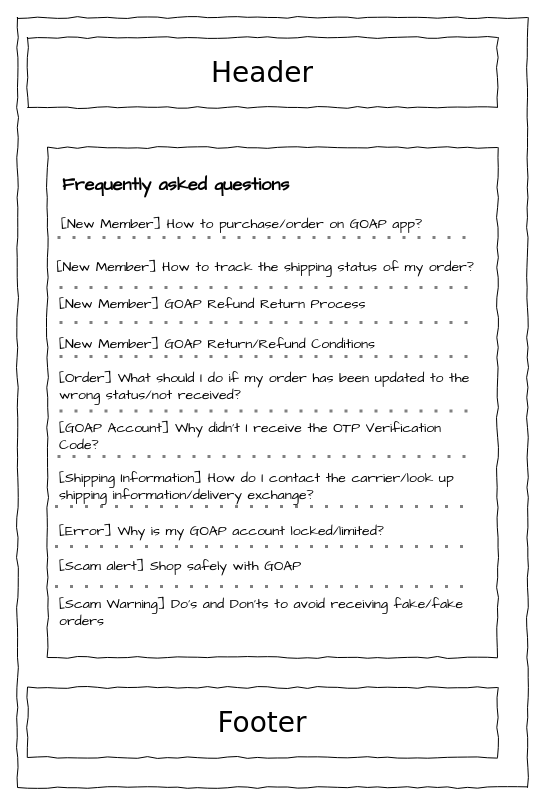
The draw.io diagram page "FAQ's" (6 of 6) of 3. Applications/1. Design (UI-UX)/1. Wireframe/Yuki-wireframe.drawio in XiaoYuki2010/Classroom-GSS0123, before the edit. Source tidied: cells renumbered, new cells numbered last; positions are measured from the earlier drawing's top-left corner, leaving out a move shared by most shapes. Both pictures are drawn from the tidied source at 100%, with x=0, y=0 at pixel (17, 17).
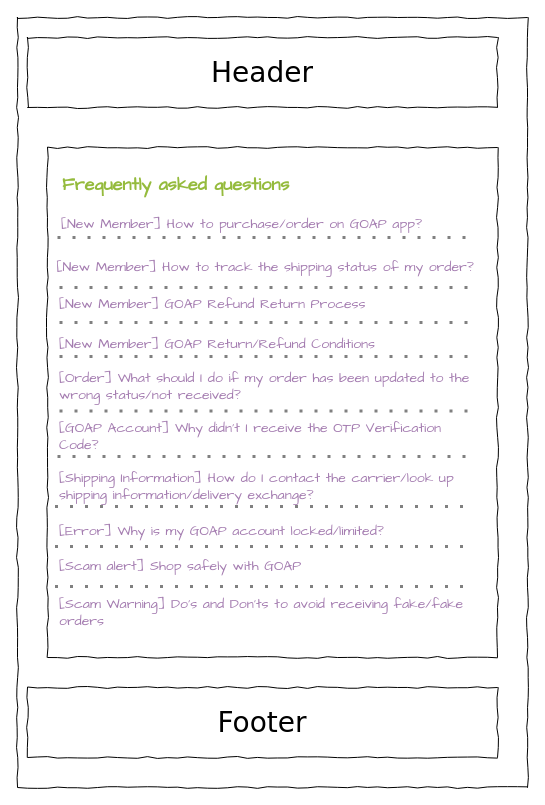
The same page after the edit.

Change to the diagram source:
```diff
@@
-    <mxCell id="6" value="Frequently asked questions" style="text;fontColor=default;verticalAlign=middle;spacingLeft=13;fontSize=18;fontFamily=Architects Daughter;fontStyle=1;" parent="1" vertex="1">
+    <mxCell id="6" value="Frequently asked questions" style="text;fontColor=#95bb3d;verticalAlign=middle;spacingLeft=13;fontSize=18;fontFamily=Architects Daughter;fontStyle=1;" parent="1" vertex="1">
       <mxGeometry x="30" y="145" width="370" height="40" as="geometry" />
     </mxCell>
-    <mxCell id="7" value="[New Member] How to purchase/order on GOAP app?" style="text;fontColor=default;fontSize=14;verticalAlign=middle;strokeColor=none;fillColor=none;fontFamily=Architects Daughter;" parent="1" vertex="1">
+    <mxCell id="7" value="[New Member] How to purchase/order on GOAP app?" style="text;fontColor=#A47CB0;fontSize=14;verticalAlign=middle;strokeColor=none;fillColor=none;fontFamily=Architects Daughter;" parent="1" vertex="1">
       <mxGeometry x="42" y="185" width="419" height="40" as="geometry" />
     </mxCell>
@@
-    <mxCell id="9" value="[New Member] How to track the shipping status of my order?" style="text;fontColor=default;fontSize=14;verticalAlign=middle;strokeColor=none;fillColor=none;fontFamily=Architects Daughter;" parent="1" vertex="1">
+    <mxCell id="9" value="[New Member] How to track the shipping status of my order?" style="text;fontColor=#A47CB0;fontSize=14;verticalAlign=middle;strokeColor=none;fillColor=none;fontFamily=Architects Daughter;" parent="1" vertex="1">
       <mxGeometry x="37.5" y="230" width="419" height="35" as="geometry" />
     </mxCell>
-    <mxCell id="10" value="[New Member] GOAP Refund Return Process" style="text;fontColor=default;fontSize=14;verticalAlign=middle;strokeColor=none;fillColor=none;fontFamily=Architects Daughter;" parent="1" vertex="1">
+    <mxCell id="10" value="[New Member] GOAP Refund Return Process" style="text;fontColor=#A47CB0;fontSize=14;verticalAlign=middle;strokeColor=none;fillColor=none;fontFamily=Architects Daughter;" parent="1" vertex="1">
       <mxGeometry x="40" y="260" width="419" height="50" as="geometry" />
     </mxCell>
-    <mxCell id="11" value="[Order] What should I do if my order has been updated to the wrong status/not received?" style="text;fontColor=default;fontSize=14;verticalAlign=middle;strokeColor=none;fillColor=none;fontFamily=Architects Daughter;whiteSpace=wrap;" parent="1" vertex="1">
+    <mxCell id="11" value="[Order] What should I do if my order has been updated to the wrong status/not received?" style="text;fontColor=#A47CB0;fontSize=14;verticalAlign=middle;strokeColor=none;fillColor=none;fontFamily=Architects Daughter;whiteSpace=wrap;" parent="1" vertex="1">
       <mxGeometry x="40" y="344" width="419" height="50" as="geometry" />
     </mxCell>
-    <mxCell id="12" value="[GOAP Account] Why didn't I receive the OTP Verification Code?" style="text;fontColor=default;fontSize=14;verticalAlign=middle;strokeColor=none;fillColor=none;fontFamily=Architects Daughter;whiteSpace=wrap;labelBorderColor=none;dashed=1;glass=0;" parent="1" vertex="1">
+    <mxCell id="12" value="[GOAP Account] Why didn't I receive the OTP Verification Code?" style="text;fontColor=#A47CB0;fontSize=14;verticalAlign=middle;strokeColor=none;fillColor=none;fontFamily=Architects Daughter;whiteSpace=wrap;labelBorderColor=none;dashed=1;glass=0;" parent="1" vertex="1">
       <mxGeometry x="40" y="394" width="419" height="50" as="geometry" />
     </mxCell>
-    <mxCell id="13" value="[New Member] GOAP Return/Refund Conditions" style="text;fontColor=default;fontSize=14;verticalAlign=middle;strokeColor=none;fillColor=none;fontFamily=Architects Daughter;whiteSpace=wrap;" parent="1" vertex="1">
+    <mxCell id="13" value="[New Member] GOAP Return/Refund Conditions" style="text;fontColor=#A47CB0;fontSize=14;verticalAlign=middle;strokeColor=none;fillColor=none;fontFamily=Architects Daughter;whiteSpace=wrap;" parent="1" vertex="1">
       <mxGeometry x="40" y="310" width="419" height="34" as="geometry" />
     </mxCell>
-    <mxCell id="14" value="[Shipping Information] How do I contact the carrier/look up shipping information/delivery exchange?" style="text;fontColor=default;fontSize=14;verticalAlign=middle;strokeColor=none;fillColor=none;fontFamily=Architects Daughter;whiteSpace=wrap;labelBorderColor=none;dashed=1;glass=0;" parent="1" vertex="1">
+    <mxCell id="14" value="[Shipping Information] How do I contact the carrier/look up shipping information/delivery exchange?" style="text;fontColor=#A47CB0;fontSize=14;verticalAlign=middle;strokeColor=none;fillColor=none;fontFamily=Architects Daughter;whiteSpace=wrap;labelBorderColor=none;dashed=1;glass=0;" parent="1" vertex="1">
       <mxGeometry x="40" y="444" width="419" height="50" as="geometry" />
     </mxCell>
-    <mxCell id="15" value="[Error] Why is my GOAP account locked/limited?" style="text;fontColor=default;fontSize=14;verticalAlign=middle;strokeColor=none;fillColor=none;fontFamily=Architects Daughter;whiteSpace=wrap;labelBorderColor=none;dashed=1;glass=0;" parent="1" vertex="1">
+    <mxCell id="15" value="[Error] Why is my GOAP account locked/limited?" style="text;fontColor=#A47CB0;fontSize=14;verticalAlign=middle;strokeColor=none;fillColor=none;fontFamily=Architects Daughter;whiteSpace=wrap;labelBorderColor=none;dashed=1;glass=0;" parent="1" vertex="1">
       <mxGeometry x="40" y="494" width="419" height="40" as="geometry" />
     </mxCell>
-    <mxCell id="16" value="[Scam alert] Shop safely with GOAP" style="text;fontColor=default;fontSize=14;verticalAlign=middle;strokeColor=none;fillColor=none;fontFamily=Architects Daughter;whiteSpace=wrap;labelBorderColor=none;dashed=1;glass=0;" parent="1" vertex="1">
+    <mxCell id="16" value="[Scam alert] Shop safely with GOAP" style="text;fontColor=#A47CB0;fontSize=14;verticalAlign=middle;strokeColor=none;fillColor=none;fontFamily=Architects Daughter;whiteSpace=wrap;labelBorderColor=none;dashed=1;glass=0;" parent="1" vertex="1">
       <mxGeometry x="40" y="534" width="419" height="30" as="geometry" />
     </mxCell>
-    <mxCell id="17" value="[Scam Warning] Do's and Don'ts to avoid receiving fake/fake orders" style="text;fontColor=default;fontSize=14;verticalAlign=middle;strokeColor=none;fillColor=none;fontFamily=Architects Daughter;whiteSpace=wrap;labelBorderColor=none;dashed=1;glass=0;" parent="1" vertex="1">
+    <mxCell id="17" value="[Scam Warning] Do's and Don'ts to avoid receiving fake/fake orders" style="text;fontColor=#A47CB0;fontSize=14;verticalAlign=middle;strokeColor=none;fillColor=none;fontFamily=Architects Daughter;whiteSpace=wrap;labelBorderColor=none;dashed=1;glass=0;" parent="1" vertex="1">
       <mxGeometry x="40" y="580" width="419" height="30" as="geometry" />
     </mxCell>
```
